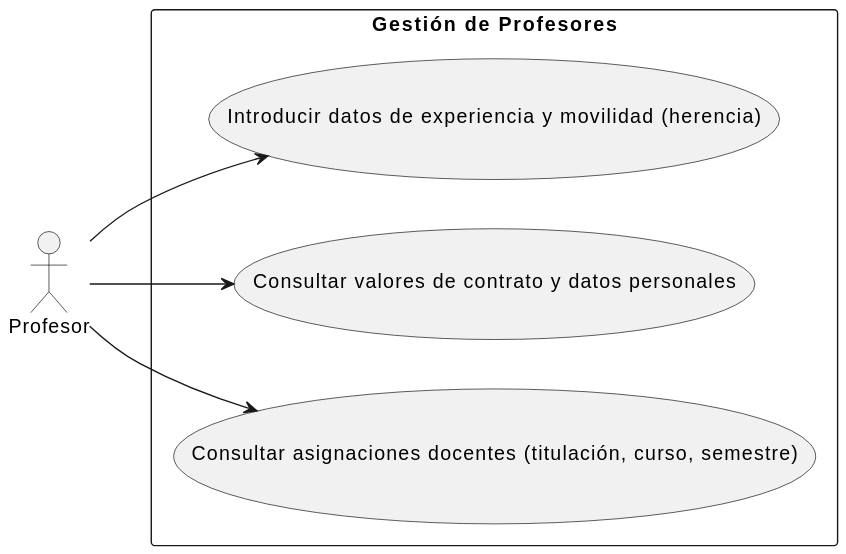
Before: images/modelosUML/CdU/Profesor.svg, a diagram exported from PlantUML (mmasias/24-25-IdSw1-SDR).
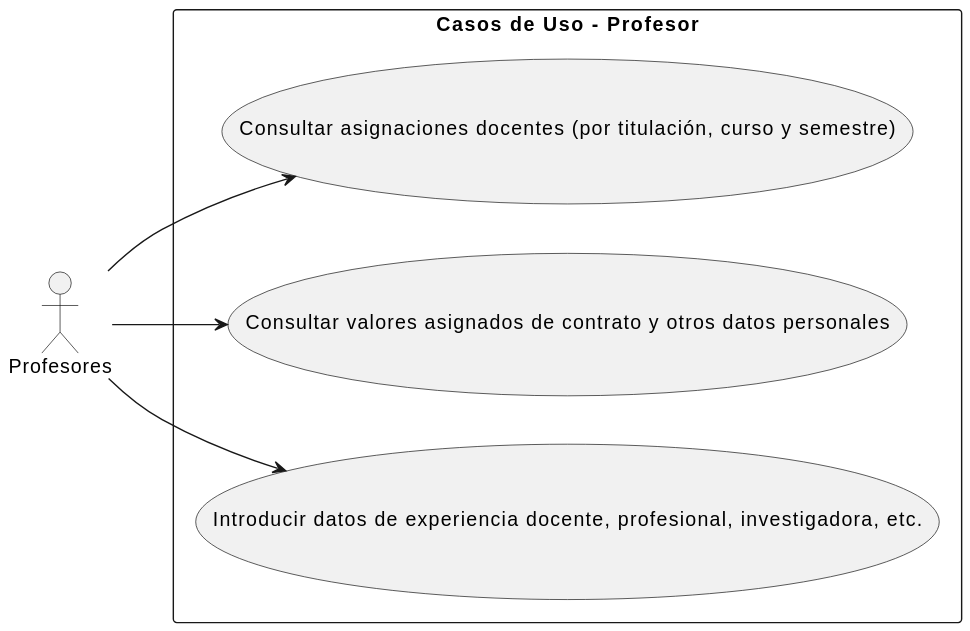
After the commit.

Change to the diagram source:
```diff
@@ -1,15 +1,15 @@
 @startuml
 left to right direction
 
-actor "Profesor" as A_Profesor
+actor "Profesores" as Profesores
 
-rectangle "Gestión de Profesores" {
-    usecase "Introducir datos de experiencia y movilidad (herencia)" as UC1
-    usecase "Consultar valores de contrato y datos personales" as UC2
-    usecase "Consultar asignaciones docentes (titulación, curso, semestre)" as UC3
+rectangle "Casos de Uso - Profesor" {
+  usecase "Introducir datos de experiencia docente, profesional, investigadora, etc." as CU1
+  usecase "Consultar valores asignados de contrato y otros datos personales" as CU2
+  usecase "Consultar asignaciones docentes (por titulación, curso y semestre)" as CU3
 }
 
-A_Profesor --> UC1
-A_Profesor --> UC2
-A_Profesor --> UC3
+Profesores --> CU1
+Profesores --> CU2
+Profesores --> CU3
 @enduml
```
